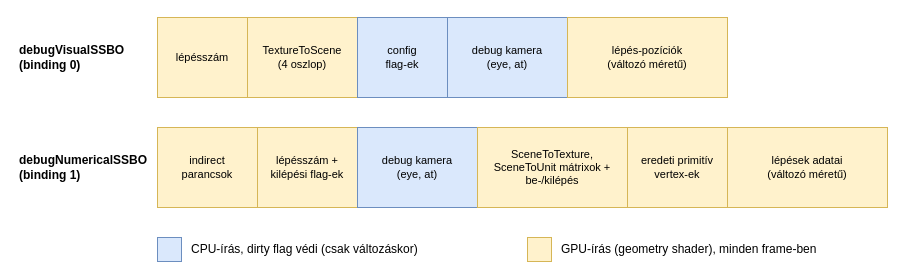
The draw.io diagram docs/diagrams/DebugSystem_BufferLayout.drawio in bbalazs2002/ConeStepMapping_thesis, before the edit. Source tidied: cells renumbered, new cells numbered last; positions are measured from the earlier drawing's top-left corner, leaving out a move shared by most shapes. Both pictures are drawn from the tidied source at 100%, with x=0, y=0 at pixel (17, 17).
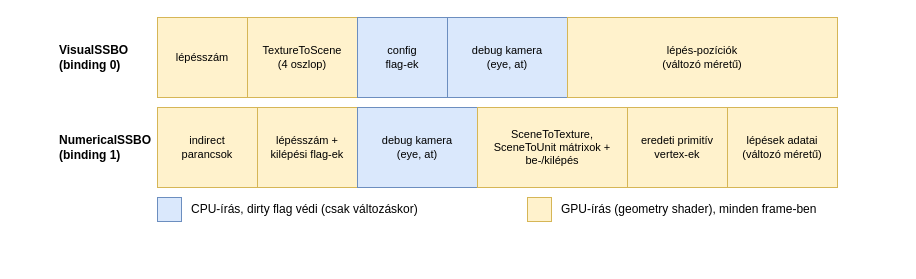
Above is the later version.

Change to the diagram source:
```diff
@@
 <mxGraphModel>
   <root>
     <mxCell id="0" />
     <mxCell id="1" parent="0" />
-    <mxCell id="2" value="debugVisualSSBO&#10;(binding 0)" style="text;html=1;align=left;verticalAlign=middle;fontSize=12;fontStyle=1;" parent="1" vertex="1">
-      <mxGeometry width="130" height="80" as="geometry" />
+    <mxCell id="2" value="VisualSSBO&lt;br&gt;(binding 0)" style="text;html=1;align=left;verticalAlign=middle;fontSize=12;fontStyle=1;" parent="1" vertex="1">
+      <mxGeometry x="40" width="80" height="80" as="geometry" />
     </mxCell>
-    <mxCell id="3" value="debugNumericalSSBO&#10;(binding 1)" style="text;html=1;align=left;verticalAlign=middle;fontSize=12;fontStyle=1;" parent="1" vertex="1">
-      <mxGeometry y="110" width="130" height="80" as="geometry" />
+    <mxCell id="3" value="NumericalSSBO&lt;br&gt;(binding 1)" style="text;html=1;align=left;verticalAlign=middle;fontSize=12;fontStyle=1;" parent="1" vertex="1">
+      <mxGeometry x="40" y="90" width="100" height="80" as="geometry" />
     </mxCell>
     <mxCell id="4" value="lépésszám" style="rounded=0;whiteSpace=wrap;html=1;fillColor=#fff2cc;strokeColor=#d6b656;fontSize=11;verticalAlign=middle;align=center;" parent="1" vertex="1">
       <mxGeometry x="140" width="90" height="80" as="geometry" />
     </mxCell>
     <mxCell id="5" value="TextureToScene&lt;br&gt;(4 oszlop)" style="rounded=0;whiteSpace=wrap;html=1;fillColor=#fff2cc;strokeColor=#d6b656;fontSize=11;verticalAlign=middle;align=center;" parent="1" vertex="1">
       <mxGeometry x="230" width="110" height="80" as="geometry" />
     </mxCell>
     <mxCell id="6" value="config&#10;flag-ek" style="rounded=0;whiteSpace=wrap;html=1;fillColor=#dae8fc;strokeColor=#6c8ebf;fontSize=11;verticalAlign=middle;align=center;" parent="1" vertex="1">
       <mxGeometry x="340" width="90" height="80" as="geometry" />
     </mxCell>
     <mxCell id="7" value="debug kamera&#10;(eye, at)" style="rounded=0;whiteSpace=wrap;html=1;fillColor=#dae8fc;strokeColor=#6c8ebf;fontSize=11;verticalAlign=middle;align=center;" parent="1" vertex="1">
       <mxGeometry x="430" width="120" height="80" as="geometry" />
     </mxCell>
     <mxCell id="8" value="lépés-pozíciók&#10;(változó méretű)" style="rounded=0;whiteSpace=wrap;html=1;fillColor=#fff2cc;strokeColor=#d6b656;fontSize=11;verticalAlign=middle;align=center;" parent="1" vertex="1">
-      <mxGeometry x="550" width="160" height="80" as="geometry" />
+      <mxGeometry x="550" width="270" height="80" as="geometry" />
     </mxCell>
     <mxCell id="9" value="indirect&#10;parancsok" style="rounded=0;whiteSpace=wrap;html=1;fillColor=#fff2cc;strokeColor=#d6b656;fontSize=11;verticalAlign=middle;align=center;" parent="1" vertex="1">
-      <mxGeometry x="140" y="110" width="100" height="80" as="geometry" />
+      <mxGeometry x="140" y="90" width="100" height="80" as="geometry" />
     </mxCell>
     <mxCell id="10" value="lépésszám +&lt;br&gt;kilépési&amp;nbsp;flag-ek" style="rounded=0;whiteSpace=wrap;html=1;fillColor=#fff2cc;strokeColor=#d6b656;fontSize=11;verticalAlign=middle;align=center;" parent="1" vertex="1">
-      <mxGeometry x="240" y="110" width="100" height="80" as="geometry" />
+      <mxGeometry x="240" y="90" width="100" height="80" as="geometry" />
     </mxCell>
     <mxCell id="11" value="debug kamera&#10;(eye, at)" style="rounded=0;whiteSpace=wrap;html=1;fillColor=#dae8fc;strokeColor=#6c8ebf;fontSize=11;verticalAlign=middle;align=center;" parent="1" vertex="1">
-      <mxGeometry x="340" y="110" width="120" height="80" as="geometry" />
+      <mxGeometry x="340" y="90" width="120" height="80" as="geometry" />
     </mxCell>
     <mxCell id="12" value="SceneToTexture,&lt;div&gt;SceneToUnit mátrixok +&lt;br&gt;be-/kilépés&lt;/div&gt;" style="rounded=0;whiteSpace=wrap;html=1;fillColor=#fff2cc;strokeColor=#d6b656;fontSize=11;verticalAlign=middle;align=center;" parent="1" vertex="1">
-      <mxGeometry x="460" y="110" width="150" height="80" as="geometry" />
+      <mxGeometry x="460" y="90" width="150" height="80" as="geometry" />
     </mxCell>
     <mxCell id="13" value="eredeti primitív&lt;br&gt;vertex-ek" style="rounded=0;whiteSpace=wrap;html=1;fillColor=#fff2cc;strokeColor=#d6b656;fontSize=11;verticalAlign=middle;align=center;" parent="1" vertex="1">
-      <mxGeometry x="610" y="110" width="100" height="80" as="geometry" />
+      <mxGeometry x="610" y="90" width="100" height="80" as="geometry" />
     </mxCell>
     <mxCell id="14" value="lépések adatai&#10;(változó méretű)" style="rounded=0;whiteSpace=wrap;html=1;fillColor=#fff2cc;strokeColor=#d6b656;fontSize=11;verticalAlign=middle;align=center;" parent="1" vertex="1">
-      <mxGeometry x="710" y="110" width="160" height="80" as="geometry" />
+      <mxGeometry x="710" y="90" width="110" height="80" as="geometry" />
     </mxCell>
     <mxCell id="15" style="rounded=0;whiteSpace=wrap;html=1;fillColor=#dae8fc;strokeColor=#6c8ebf;" parent="1" vertex="1">
-      <mxGeometry x="140" y="220" width="24" height="24" as="geometry" />
+      <mxGeometry x="140" y="180" width="24" height="24" as="geometry" />
     </mxCell>
     <mxCell id="16" value="CPU-írás, dirty flag védi (csak változáskor)" style="text;html=1;align=left;verticalAlign=middle;fontSize=12;" parent="1" vertex="1">
-      <mxGeometry x="172" y="220" width="330" height="24" as="geometry" />
+      <mxGeometry x="172" y="180" width="330" height="24" as="geometry" />
     </mxCell>
     <mxCell id="17" style="rounded=0;whiteSpace=wrap;html=1;fillColor=#fff2cc;strokeColor=#d6b656;" parent="1" vertex="1">
-      <mxGeometry x="510" y="220" width="24" height="24" as="geometry" />
+      <mxGeometry x="510" y="180" width="24" height="24" as="geometry" />
     </mxCell>
     <mxCell id="18" value="GPU-írás (geometry shader), minden frame-ben" style="text;html=1;align=left;verticalAlign=middle;fontSize=12;" parent="1" vertex="1">
-      <mxGeometry x="542" y="220" width="340" height="24" as="geometry" />
+      <mxGeometry x="542" y="180" width="278" height="24" as="geometry" />
     </mxCell>
   </root>
 </mxGraphModel>
```
